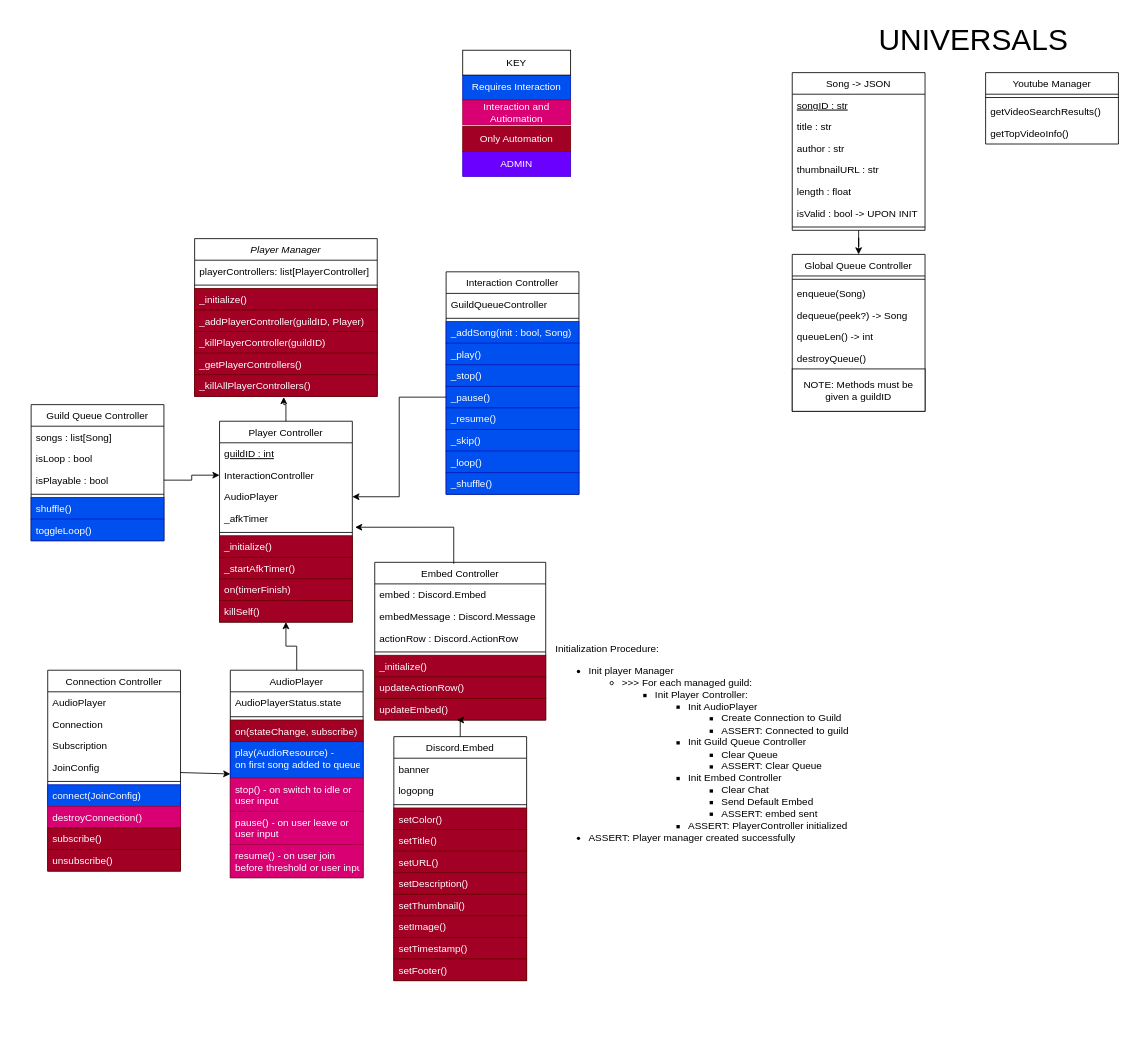
LukeLeimbach/music-discord-bot keeps this draw.io diagram as planning/draw.io/Player_Controller_Class_Diagram.drawio. Above is the earlier version. Source tidied: cells renumbered, new cells numbered last; positions are measured from the earlier drawing's top-left corner, leaving out a move shared by most shapes. Both pictures are drawn from the tidied source at 83%, with x=0, y=0 at pixel (31, 14).
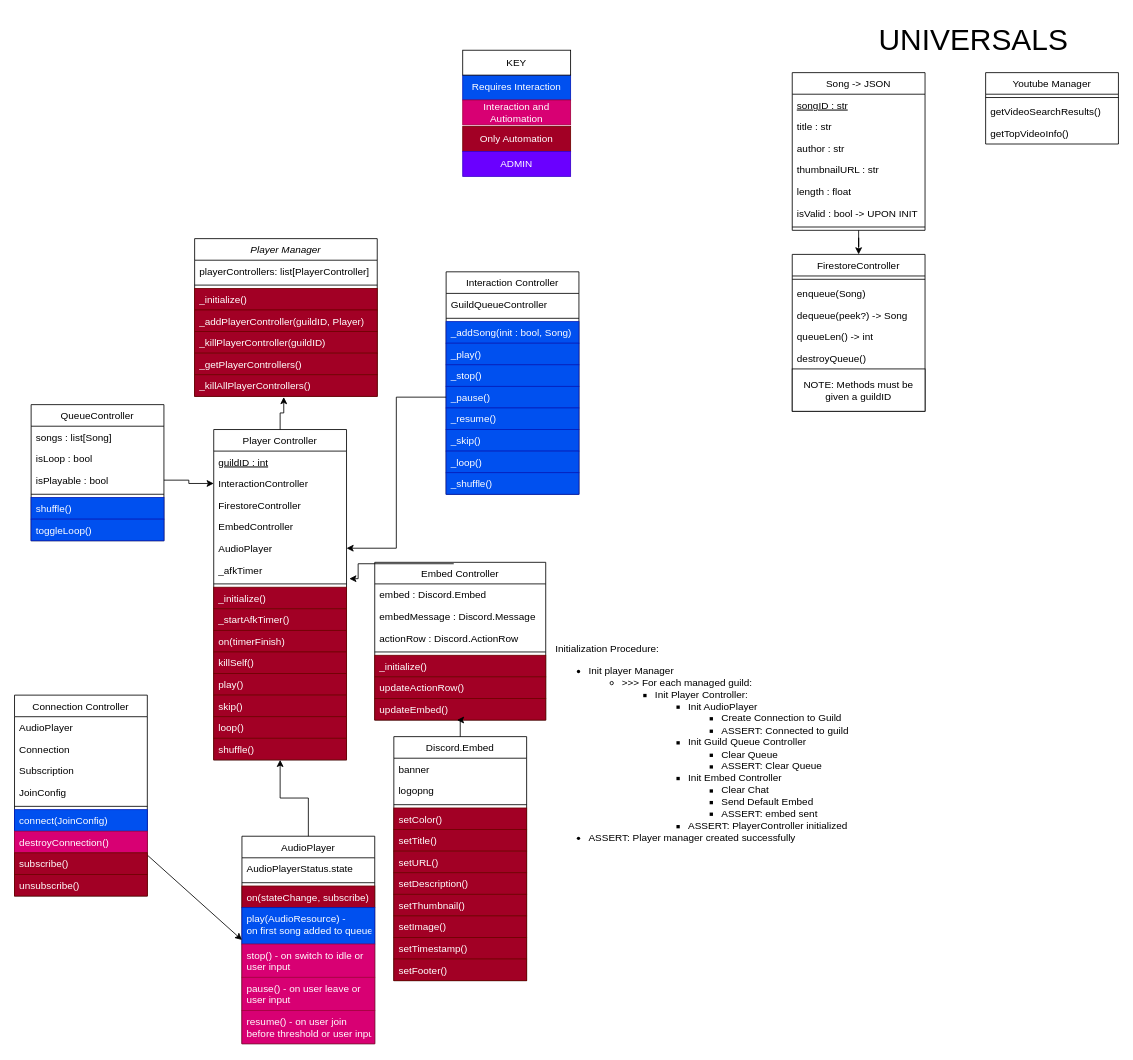
After the change.

Diff of the diagram source:
```diff
@@
     <mxCell id="10" value="AudioPlayer" style="swimlane;fontStyle=0;align=center;verticalAlign=top;horizontal=1;startSize=26;rounded=0;shadow=0;strokeWidth=1;" parent="1" vertex="1">
-      <mxGeometry x="240" y="790" width="160" height="250" as="geometry" />
+      <mxGeometry x="254" y="990" width="160" height="250" as="geometry" />
     </mxCell>
@@
     <mxCell id="18" value="Player Controller" style="swimlane;fontStyle=0;align=center;verticalAlign=top;horizontal=1;startSize=26;rounded=0;shadow=0;strokeWidth=1;" parent="1" vertex="1">
-      <mxGeometry x="227" y="490" width="160" height="242" as="geometry" />
+      <mxGeometry x="220" y="500" width="160" height="398" as="geometry" />
     </mxCell>
@@
+    <mxCell id="110" value="FirestoreController" style="text;align=left;verticalAlign=top;spacingLeft=4;spacingRight=4;overflow=hidden;rounded=0;shadow=0;html=0;" parent="18" vertex="1">
+      <mxGeometry y="78" width="160" height="26" as="geometry" />
+    </mxCell>
+    <mxCell id="111" value="EmbedController" style="text;align=left;verticalAlign=top;spacingLeft=4;spacingRight=4;overflow=hidden;rounded=0;shadow=0;html=0;" parent="18" vertex="1">
+      <mxGeometry y="104" width="160" height="26" as="geometry" />
+    </mxCell>
     <mxCell id="21" value="AudioPlayer" style="text;align=left;verticalAlign=top;spacingLeft=4;spacingRight=4;overflow=hidden;points=[[0,0.5],[1,0.5]];portConstraint=eastwest;rounded=0;shadow=0;html=0;" parent="18" vertex="1">
-      <mxGeometry y="78" width="160" height="26" as="geometry" />
+      <mxGeometry y="130" width="160" height="26" as="geometry" />
     </mxCell>
     <mxCell id="22" value="_afkTimer" style="text;align=left;verticalAlign=top;spacingLeft=4;spacingRight=4;overflow=hidden;points=[[0,0.5],[1,0.5]];portConstraint=eastwest;rounded=0;shadow=0;html=0;" parent="18" vertex="1">
-      <mxGeometry y="104" width="160" height="26" as="geometry" />
+      <mxGeometry y="156" width="160" height="26" as="geometry" />
     </mxCell>
     <mxCell id="23" style="line;html=1;strokeWidth=1;align=left;verticalAlign=middle;spacingTop=-1;spacingLeft=3;spacingRight=3;labelPosition=right;" parent="18" vertex="1">
-      <mxGeometry y="130" width="160" height="8" as="geometry" />
+      <mxGeometry y="182" width="160" height="8" as="geometry" />
     </mxCell>
     <mxCell id="24" value="_initialize()" style="text;align=left;verticalAlign=top;spacingLeft=4;spacingRight=4;overflow=hidden;rounded=0;shadow=0;html=0;fillColor=#a20025;fontColor=#ffffff;strokeColor=#6F0000;" parent="18" vertex="1">
-      <mxGeometry y="138" width="160" height="26" as="geometry" />
+      <mxGeometry y="190" width="160" height="26" as="geometry" />
     </mxCell>
     <mxCell id="25" value="_startAfkTimer()" style="text;align=left;verticalAlign=top;spacingLeft=4;spacingRight=4;overflow=hidden;rounded=0;shadow=0;html=0;fillColor=#a20025;fontColor=#ffffff;strokeColor=#6F0000;" parent="18" vertex="1">
-      <mxGeometry y="164" width="160" height="26" as="geometry" />
+      <mxGeometry y="216" width="160" height="26" as="geometry" />
     </mxCell>
     <mxCell id="26" value="on(timerFinish)" style="text;align=left;verticalAlign=top;spacingLeft=4;spacingRight=4;overflow=hidden;rounded=0;shadow=0;html=0;fillColor=#a20025;fontColor=#ffffff;strokeColor=#6F0000;" parent="18" vertex="1">
-      <mxGeometry y="190" width="160" height="26" as="geometry" />
+      <mxGeometry y="242" width="160" height="26" as="geometry" />
     </mxCell>
+    <mxCell id="112" value="killSelf()" style="text;align=left;verticalAlign=top;spacingLeft=4;spacingRight=4;overflow=hidden;rounded=0;shadow=0;html=0;fillColor=#a20025;fontColor=#ffffff;strokeColor=#6F0000;" parent="18" vertex="1">
+      <mxGeometry y="268" width="160" height="26" as="geometry" />
+    </mxCell>
+    <mxCell id="113" value="play()" style="text;align=left;verticalAlign=top;spacingLeft=4;spacingRight=4;overflow=hidden;rounded=0;shadow=0;html=0;fillColor=#a20025;fontColor=#ffffff;strokeColor=#6F0000;" parent="18" vertex="1">
+      <mxGeometry y="294" width="160" height="26" as="geometry" />
+    </mxCell>
+    <mxCell id="114" value="skip()" style="text;align=left;verticalAlign=top;spacingLeft=4;spacingRight=4;overflow=hidden;rounded=0;shadow=0;html=0;fillColor=#a20025;fontColor=#ffffff;strokeColor=#6F0000;" parent="18" vertex="1">
+      <mxGeometry y="320" width="160" height="26" as="geometry" />
+    </mxCell>
+    <mxCell id="115" value="loop()" style="text;align=left;verticalAlign=top;spacingLeft=4;spacingRight=4;overflow=hidden;rounded=0;shadow=0;html=0;fillColor=#a20025;fontColor=#ffffff;strokeColor=#6F0000;" parent="18" vertex="1">
+      <mxGeometry y="346" width="160" height="26" as="geometry" />
+    </mxCell>
-    <mxCell id="27" value="killSelf()" style="text;align=left;verticalAlign=top;spacingLeft=4;spacingRight=4;overflow=hidden;rounded=0;shadow=0;html=0;fillColor=#a20025;fontColor=#ffffff;strokeColor=#6F0000;" parent="18" vertex="1">
-      <mxGeometry y="216" width="160" height="26" as="geometry" />
+    <mxCell id="27" value="shuffle()" style="text;align=left;verticalAlign=top;spacingLeft=4;spacingRight=4;overflow=hidden;rounded=0;shadow=0;html=0;fillColor=#a20025;fontColor=#ffffff;strokeColor=#6F0000;" parent="18" vertex="1">
+      <mxGeometry y="372" width="160" height="26" as="geometry" />
     </mxCell>
@@
-    <mxCell id="30" value="Global Queue Controller" style="swimlane;fontStyle=0;align=center;verticalAlign=top;horizontal=1;startSize=26;rounded=0;shadow=0;strokeWidth=1;" parent="1" vertex="1">
+    <mxCell id="30" value="FirestoreController" style="swimlane;fontStyle=0;align=center;verticalAlign=top;horizontal=1;startSize=26;rounded=0;shadow=0;strokeWidth=1;" parent="1" vertex="1">
       <mxGeometry x="917" y="289" width="160" height="189" as="geometry" />
     </mxCell>
@@
-    <mxCell id="66" value="Guild Queue Controller" style="swimlane;fontStyle=0;align=center;verticalAlign=top;horizontal=1;startSize=26;rounded=0;shadow=0;strokeWidth=1;" parent="1" vertex="1">
+    <mxCell id="66" value="QueueController" style="swimlane;fontStyle=0;align=center;verticalAlign=top;horizontal=1;startSize=26;rounded=0;shadow=0;strokeWidth=1;" parent="1" vertex="1">
       <mxGeometry y="470" width="160" height="164" as="geometry" />
     </mxCell>
@@
     <mxCell id="99" value="Connection Controller" style="swimlane;fontStyle=0;align=center;verticalAlign=top;horizontal=1;startSize=26;rounded=0;shadow=0;strokeWidth=1;" parent="1" vertex="1">
-      <mxGeometry x="20" y="790" width="160" height="242" as="geometry" />
+      <mxGeometry x="-20" y="820" width="160" height="242" as="geometry" />
     </mxCell>
```
